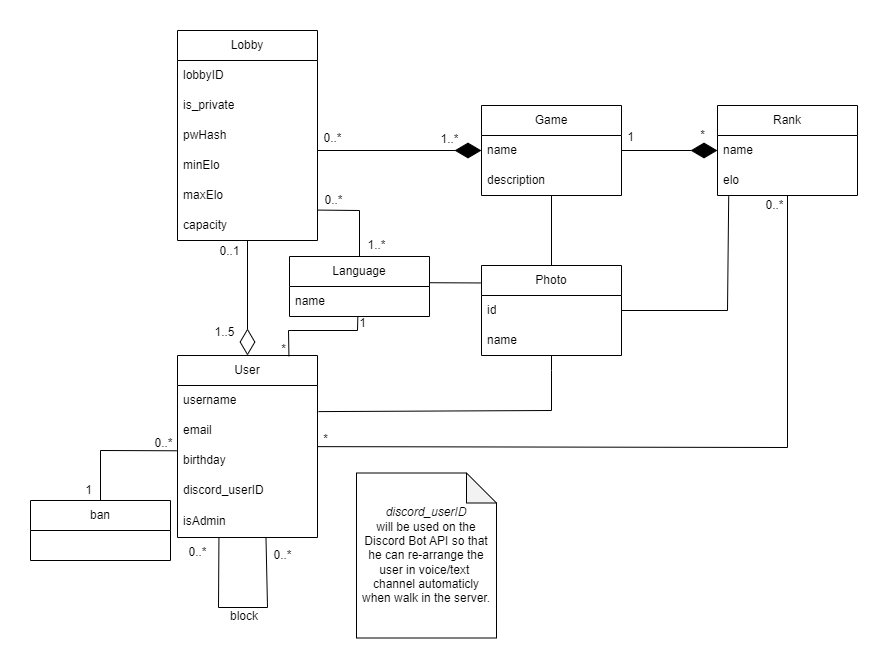
PedroRomao3/Software-Engineering_FEUP keeps this draw.io diagram as images/class_diagram.png. Above is the earlier version. Source tidied: cells renumbered, new cells last; positions are measured from the earlier drawing's top-left corner, leaving out a move shared by most shapes.
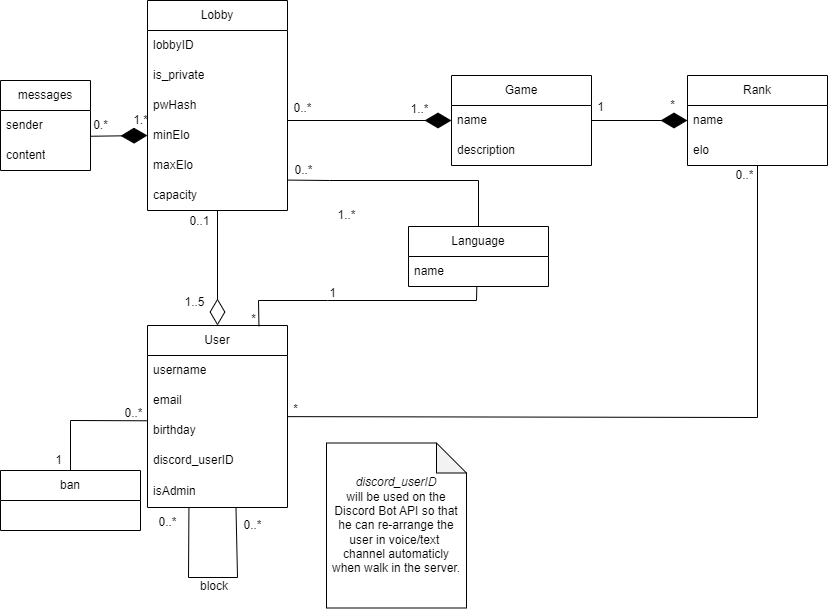
After the commit.

The edit, as a diff of the source:
```diff
@@ -119,25 +119,6 @@
     <mxCell id="37" value="1..*" style="text;html=1;align=center;verticalAlign=middle;strokeColor=none;fillColor=none;" parent="1" vertex="1">
       <mxGeometry x="399" y="94" width="40" height="30" as="geometry" />
     </mxCell>
-    <mxCell id="38" value="Photo" style="swimlane;fontStyle=0;horizontal=1;startSize=30;whiteSpace=wrap;html=1;" parent="1" vertex="1">
-      <mxGeometry x="451" y="235" width="140" height="90" as="geometry" />
-    </mxCell>
-    <mxCell id="39" value="id" style="text;strokeColor=none;fillColor=none;align=left;verticalAlign=middle;spacingLeft=4;spacingRight=4;overflow=hidden;whiteSpace=wrap;html=1;" parent="38" vertex="1">
-      <mxGeometry y="30" width="140" height="30" as="geometry" />
-    </mxCell>
-    <mxCell id="40" value="name" style="text;strokeColor=none;fillColor=none;align=left;verticalAlign=middle;spacingLeft=4;spacingRight=4;overflow=hidden;whiteSpace=wrap;html=1;" parent="38" vertex="1">
-      <mxGeometry y="60" width="140" height="30" as="geometry" />
-    </mxCell>
-    <mxCell id="41" style="endArrow=none;html=1;rounded=0;" parent="1" edge="1" source="38" target="16">
-      <mxGeometry relative="1" as="geometry" />
-    </mxCell>
-    <mxCell id="42" style="endArrow=none;html=1;rounded=0;entryX=0.08;entryY=1.027;entryDx=0;entryDy=0;entryPerimeter=0;" parent="1" edge="1" source="38" target="29">
-      <mxGeometry relative="1" as="geometry">
-        <Array as="points">
-          <mxPoint x="697" y="280" />
-        </Array>
-      </mxGeometry>
-    </mxCell>
     <mxCell id="43" value="ban" style="swimlane;fontStyle=0;horizontal=1;startSize=30;whiteSpace=wrap;html=1;" parent="1" vertex="1">
       <mxGeometry y="470" width="140" height="60" as="geometry" />
     </mxCell>
@@ -147,16 +128,8 @@
     <mxCell id="45" value="1" style="text;html=1;align=center;verticalAlign=middle;strokeColor=none;fillColor=none;" parent="1" vertex="1">
       <mxGeometry x="43" y="445" width="30" height="30" as="geometry" />
     </mxCell>
-    <mxCell id="46" style="endArrow=none;html=1;rounded=0;exitX=1.007;exitY=0.87;exitDx=0;exitDy=0;exitPerimeter=0;" parent="1" edge="1" source="10" target="38">
-      <mxGeometry relative="1" as="geometry">
-        <Array as="points">
-          <mxPoint x="521" y="380" />
-          <mxPoint x="521" y="340" />
-        </Array>
-      </mxGeometry>
-    </mxCell>
     <mxCell id="47" value="Language" style="swimlane;fontStyle=0;horizontal=1;startSize=30;whiteSpace=wrap;html=1;" parent="1" vertex="1">
-      <mxGeometry x="259" y="226" width="140" height="60" as="geometry" />
+      <mxGeometry x="408" y="226" width="140" height="60" as="geometry" />
     </mxCell>
     <mxCell id="48" value="name" style="text;strokeColor=none;fillColor=none;align=left;verticalAlign=middle;spacingLeft=4;spacingRight=4;overflow=hidden;points=[[0,0.5],[1,0.5]];portConstraint=eastwest;whiteSpace=wrap;html=1;" parent="47" vertex="1">
       <mxGeometry y="30" width="140" height="30" as="geometry" />
@@ -165,20 +138,19 @@
       <mxGeometry relative="1" as="geometry">
         <Array as="points">
           <mxPoint x="329" y="180" />
+          <mxPoint x="478" y="180" />
         </Array>
       </mxGeometry>
     </mxCell>
     <mxCell id="50" style="endArrow=none;html=1;rounded=0;exitX=0.488;exitY=1.025;exitDx=0;exitDy=0;exitPerimeter=0;entryX=0.796;entryY=0.004;entryDx=0;entryDy=0;entryPerimeter=0;" parent="1" edge="1" source="48" target="9">
       <mxGeometry relative="1" as="geometry">
         <Array as="points">
+          <mxPoint x="476" y="300" />
           <mxPoint x="327" y="300" />
           <mxPoint x="258" y="300" />
         </Array>
       </mxGeometry>
     </mxCell>
-    <mxCell id="51" style="endArrow=none;html=1;rounded=0;entryX=-0.005;entryY=0.194;entryDx=0;entryDy=0;entryPerimeter=0;exitX=0.999;exitY=0.437;exitDx=0;exitDy=0;exitPerimeter=0;" parent="1" edge="1" source="47" target="38">
-      <mxGeometry relative="1" as="geometry" />
-    </mxCell>
     <mxCell id="52" value="*" style="text;html=1;align=center;verticalAlign=middle;strokeColor=none;fillColor=none;" parent="1" vertex="1">
       <mxGeometry x="238" y="304" width="30" height="30" as="geometry" />
     </mxCell>
@@ -198,5 +170,23 @@
         </Array>
       </mxGeometry>
     </mxCell>
+    <mxCell id="57" value="messages" style="swimlane;fontStyle=0;horizontal=1;startSize=30;whiteSpace=wrap;html=1;" parent="1" vertex="1">
+      <mxGeometry y="80" width="90" height="90" as="geometry" />
+    </mxCell>
+    <mxCell id="58" value="sender" style="text;strokeColor=none;fillColor=none;align=left;verticalAlign=middle;spacingLeft=4;spacingRight=4;overflow=hidden;points=[[0,0.5],[1,0.5]];portConstraint=eastwest;whiteSpace=wrap;html=1;" parent="57" vertex="1">
+      <mxGeometry y="30" width="90" height="30" as="geometry" />
+    </mxCell>
+    <mxCell id="59" value="content" style="text;strokeColor=none;fillColor=none;align=left;verticalAlign=middle;spacingLeft=4;spacingRight=4;overflow=hidden;whiteSpace=wrap;html=1;" parent="57" vertex="1">
+      <mxGeometry y="60" width="90" height="30" as="geometry" />
+    </mxCell>
+    <mxCell id="60" style="endArrow=diamondThin;endFill=1;endSize=24;html=1;rounded=0;exitX=1.007;exitY=0.858;exitDx=0;exitDy=0;exitPerimeter=0;entryX=0;entryY=0.5;entryDx=0;entryDy=0;" parent="1" edge="1" source="58" target="6">
+      <mxGeometry relative="1" as="geometry" />
+    </mxCell>
+    <mxCell id="61" value="1.*" style="text;html=1;align=center;verticalAlign=middle;strokeColor=none;fillColor=none;" parent="1" vertex="1">
+      <mxGeometry x="120" y="105" width="40" height="30" as="geometry" />
+    </mxCell>
+    <mxCell id="62" value="0.*" style="text;html=1;align=center;verticalAlign=middle;strokeColor=none;fillColor=none;" parent="1" vertex="1">
+      <mxGeometry x="80" y="110" width="40" height="30" as="geometry" />
+    </mxCell>
   </root>
 </mxGraphModel>
```
